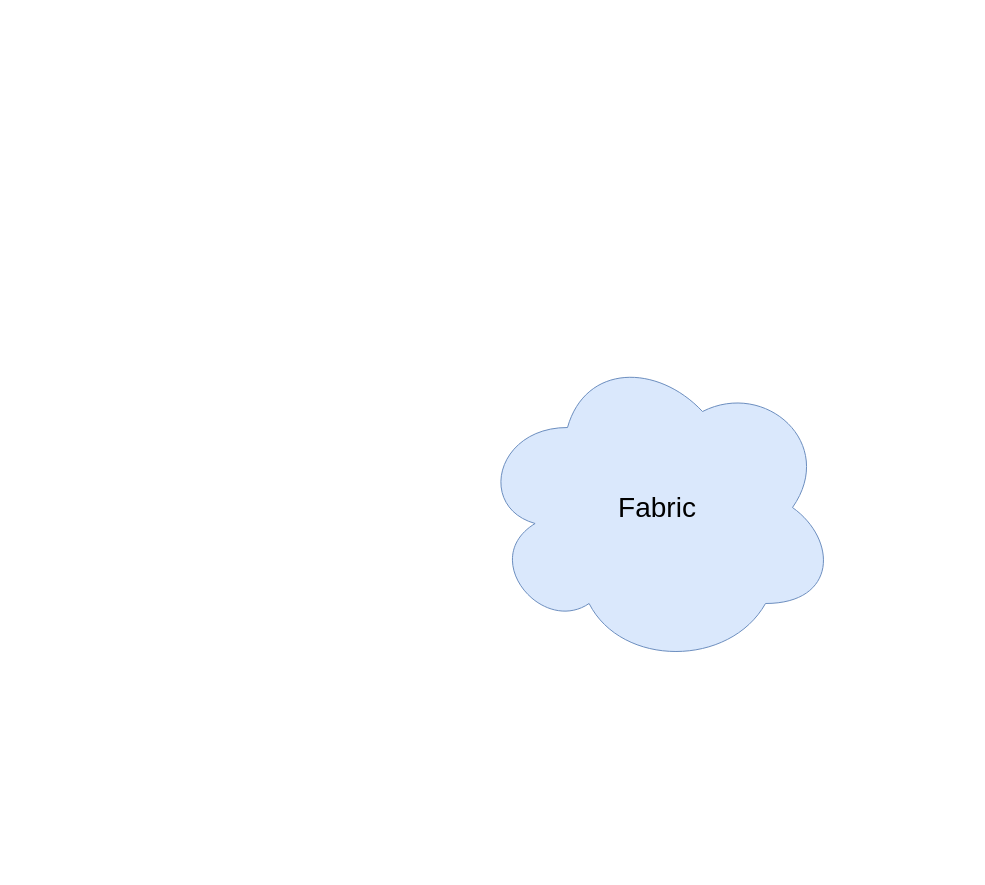
Before: Untitled Diagram.drawio in chmapro/nfsj, a draw.io diagram. Source tidied: cells renumbered, new cells numbered last; positions are measured from the earlier drawing's top-left corner, leaving out a move shared by most shapes. Both pictures are drawn from the tidied source at 100%, with x=0, y=0 at pixel (477, 347).
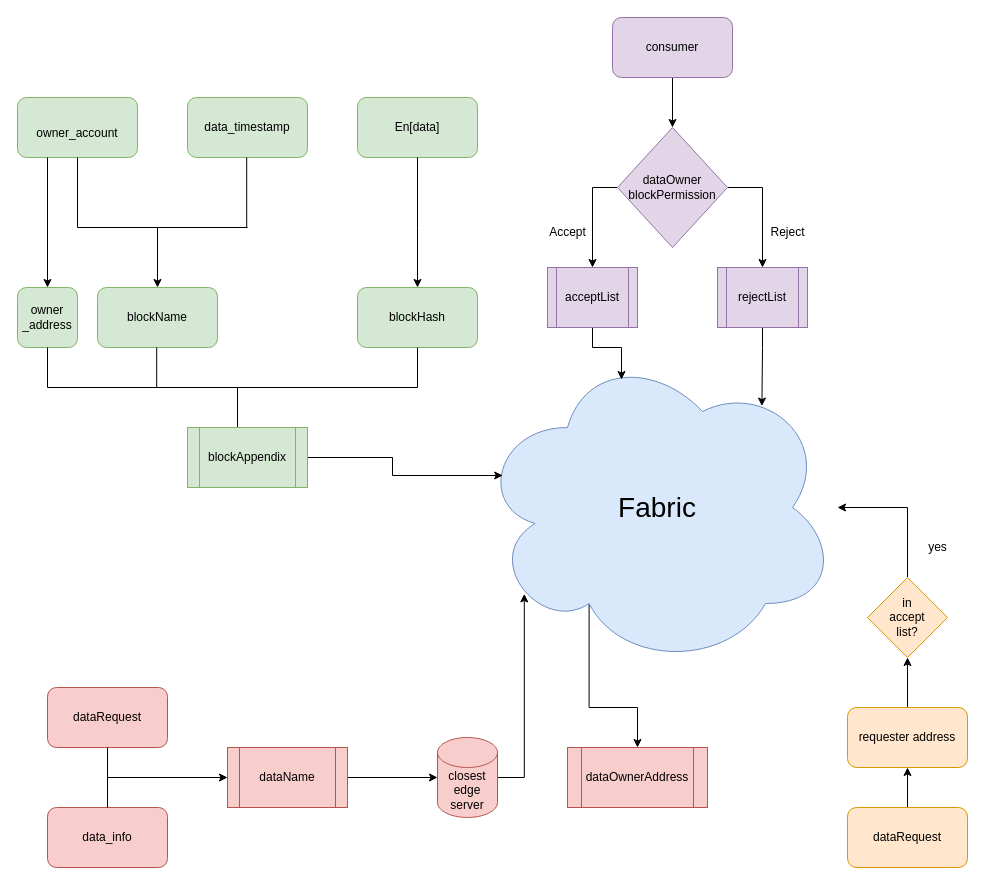
After the change.

The change refers to these unchanged cells:
```xml
<mxCell id="2" value="&lt;font style=&quot;font-size: 28px;&quot;&gt;Fabric&lt;/font&gt;" style="ellipse;shape=cloud;whiteSpace=wrap;html=1;fillColor=#dae8fc;strokeColor=#6c8ebf;" parent="1" vertex="1">
  <mxGeometry width="360" height="320" as="geometry" />
</mxCell>
```

What changed in the source:
```diff
@@
+    <mxCell id="3" style="edgeStyle=orthogonalEdgeStyle;rounded=0;jettySize=auto;html=1;exitX=0.5;exitY=1;exitDx=0;exitDy=0;entryX=0.5;entryY=0;entryDx=0;entryDy=0;fontSize=12;" parent="1" edge="1" source="4" target="37">
+      <mxGeometry relative="1" as="geometry" />
+    </mxCell>
+    <mxCell id="4" value="consumer" style="rounded=1;whiteSpace=wrap;html=1;fontSize=12;fillColor=#e1d5e7;strokeColor=#9673a6;" parent="1" vertex="1">
+      <mxGeometry x="135" y="-330" width="120" height="60" as="geometry" />
+    </mxCell>
+    <mxCell id="5" style="edgeStyle=orthogonalEdgeStyle;rounded=0;jettySize=auto;html=1;exitX=0.31;exitY=0.8;exitDx=0;exitDy=0;exitPerimeter=0;fontSize=12;" parent="1" edge="1" source="2" target="34">
+      <mxGeometry relative="1" as="geometry" />
+    </mxCell>
@@
+    <mxCell id="6" value="&lt;font style=&quot;font-size: 12px;&quot;&gt;owner_account&lt;/font&gt;" style="rounded=1;whiteSpace=wrap;html=1;fontSize=28;fillColor=#d5e8d4;strokeColor=#82b366;" parent="1" vertex="1">
+      <mxGeometry x="-460" y="-250" width="120" height="60" as="geometry" />
+    </mxCell>
+    <mxCell id="7" value="data_timestamp" style="rounded=1;whiteSpace=wrap;html=1;fontSize=12;fillColor=#d5e8d4;strokeColor=#82b366;" parent="1" vertex="1">
+      <mxGeometry x="-290" y="-250" width="120" height="60" as="geometry" />
+    </mxCell>
+    <mxCell id="8" value="blockName" style="rounded=1;whiteSpace=wrap;html=1;fontSize=12;fillColor=#d5e8d4;strokeColor=#82b366;" parent="1" vertex="1">
+      <mxGeometry x="-380" y="-60" width="120" height="60" as="geometry" />
+    </mxCell>
+    <mxCell id="9" value="En[data]" style="rounded=1;whiteSpace=wrap;html=1;fontSize=12;fillColor=#d5e8d4;strokeColor=#82b366;" parent="1" vertex="1">
+      <mxGeometry x="-120" y="-250" width="120" height="60" as="geometry" />
+    </mxCell>
+    <mxCell id="10" style="endArrow=classic;html=1;rounded=0;fontSize=12;" parent="1" edge="1">
+      <mxGeometry relative="1" as="geometry">
+        <mxPoint x="-320" y="-120" as="sourcePoint" />
+        <mxPoint x="-320" y="-60" as="targetPoint" />
+      </mxGeometry>
+    </mxCell>
+    <mxCell id="11" style="endArrow=none;html=1;rounded=0;fontSize=12;exitX=0.5;exitY=1;exitDx=0;exitDy=0;" parent="1" edge="1" source="6">
+      <mxGeometry relative="1" as="geometry">
+        <mxPoint x="-400" y="-120" as="targetPoint" />
+      </mxGeometry>
+    </mxCell>
+    <mxCell id="12" style="endArrow=none;html=1;rounded=0;fontSize=12;exitX=0.5;exitY=1;exitDx=0;exitDy=0;" parent="1" edge="1">
+      <mxGeometry relative="1" as="geometry">
+        <mxPoint x="-230.8" y="-190" as="sourcePoint" />
+        <mxPoint x="-230.8" y="-120" as="targetPoint" />
+      </mxGeometry>
+    </mxCell>
+    <mxCell id="13" style="endArrow=none;html=1;rounded=0;fontSize=12;exitX=0.5;exitY=1;exitDx=0;exitDy=0;" parent="1" edge="1" source="9">
+      <mxGeometry relative="1" as="geometry">
+        <mxPoint x="-60" y="-120" as="targetPoint" />
+      </mxGeometry>
+    </mxCell>
+    <mxCell id="14" style="endArrow=none;html=1;rounded=0;fontSize=12;" parent="1" edge="1">
+      <mxGeometry relative="1" as="geometry">
+        <mxPoint x="-230" y="-120" as="sourcePoint" />
+        <mxPoint x="-400" y="-120" as="targetPoint" />
+      </mxGeometry>
+    </mxCell>
+    <mxCell id="15" value="blockHash" style="rounded=1;whiteSpace=wrap;html=1;fontSize=12;fillColor=#d5e8d4;strokeColor=#82b366;" parent="1" vertex="1">
+      <mxGeometry x="-120" y="-60" width="120" height="60" as="geometry" />
+    </mxCell>
+    <mxCell id="16" style="endArrow=classic;html=1;rounded=0;fontSize=12;entryX=0.5;entryY=0;entryDx=0;entryDy=0;" parent="1" edge="1" target="15">
+      <mxGeometry relative="1" as="geometry">
+        <mxPoint x="-60" y="-120" as="sourcePoint" />
+      </mxGeometry>
+    </mxCell>
+    <mxCell id="17" style="endArrow=classic;html=1;rounded=0;fontSize=12;exitX=0.25;exitY=1;exitDx=0;exitDy=0;entryX=0.5;entryY=0;entryDx=0;entryDy=0;" parent="1" edge="1" source="6" target="18">
+      <mxGeometry relative="1" as="geometry" />
+    </mxCell>
+    <mxCell id="18" value="owner&lt;br&gt;_address" style="rounded=1;whiteSpace=wrap;html=1;fontSize=12;fillColor=#d5e8d4;strokeColor=#82b366;" parent="1" vertex="1">
+      <mxGeometry x="-460" y="-60" width="60" height="60" as="geometry" />
+    </mxCell>
+    <mxCell id="19" style="endArrow=none;html=1;rounded=0;fontSize=12;exitX=0.5;exitY=1;exitDx=0;exitDy=0;" parent="1" edge="1" source="18">
+      <mxGeometry relative="1" as="geometry">
+        <mxPoint x="-430" y="40" as="targetPoint" />
+      </mxGeometry>
+    </mxCell>
+    <mxCell id="20" style="endArrow=none;html=1;rounded=0;fontSize=12;exitX=0.5;exitY=1;exitDx=0;exitDy=0;" parent="1" edge="1">
+      <mxGeometry relative="1" as="geometry">
+        <mxPoint x="-320.8" as="sourcePoint" />
+        <mxPoint x="-320.8" y="40" as="targetPoint" />
+      </mxGeometry>
+    </mxCell>
+    <mxCell id="21" style="endArrow=none;html=1;rounded=0;fontSize=12;exitX=0.5;exitY=1;exitDx=0;exitDy=0;" parent="1" edge="1" source="15">
+      <mxGeometry relative="1" as="geometry">
+        <mxPoint x="-60" y="40" as="targetPoint" />
+      </mxGeometry>
+    </mxCell>
+    <mxCell id="22" style="endArrow=none;html=1;rounded=0;fontSize=12;" parent="1" edge="1">
+      <mxGeometry relative="1" as="geometry">
+        <mxPoint x="-430" y="40" as="sourcePoint" />
+        <mxPoint x="-60" y="40" as="targetPoint" />
+      </mxGeometry>
+    </mxCell>
+    <mxCell id="23" style="endArrow=none;html=1;rounded=0;fontSize=12;" parent="1" edge="1">
+      <mxGeometry relative="1" as="geometry">
+        <mxPoint x="-240" y="80" as="sourcePoint" />
+        <mxPoint x="-240" y="40" as="targetPoint" />
+      </mxGeometry>
+    </mxCell>
+    <mxCell id="24" style="edgeStyle=orthogonalEdgeStyle;rounded=0;jettySize=auto;html=1;exitX=1;exitY=0.5;exitDx=0;exitDy=0;entryX=0.07;entryY=0.4;entryDx=0;entryDy=0;entryPerimeter=0;fontSize=12;" parent="1" edge="1" source="25" target="2">
+      <mxGeometry relative="1" as="geometry" />
+    </mxCell>
+    <mxCell id="25" value="blockAppendix" style="shape=process;whiteSpace=wrap;html=1;backgroundOutline=1;fontSize=12;fillColor=#d5e8d4;strokeColor=#82b366;" parent="1" vertex="1">
+      <mxGeometry x="-290" y="80" width="120" height="60" as="geometry" />
+    </mxCell>
+    <mxCell id="26" style="edgeStyle=orthogonalEdgeStyle;rounded=0;jettySize=auto;html=1;exitX=1;exitY=0;exitDx=0;exitDy=15;exitPerimeter=0;entryX=0.13;entryY=0.77;entryDx=0;entryDy=0;entryPerimeter=0;fontSize=12;" parent="1" edge="1" source="27" target="2">
+      <mxGeometry relative="1" as="geometry">
+        <Array as="points">
+          <mxPoint x="20" y="430" />
+          <mxPoint x="47" y="430" />
+        </Array>
+      </mxGeometry>
+    </mxCell>
+    <mxCell id="27" value="closest edge server" style="shape=cylinder3;whiteSpace=wrap;html=1;boundedLbl=1;backgroundOutline=1;size=15;fontSize=12;fillColor=#f8cecc;strokeColor=#b85450;" parent="1" vertex="1">
+      <mxGeometry x="-40" y="390" width="60" height="80" as="geometry" />
+    </mxCell>
+    <mxCell id="28" style="edgeStyle=orthogonalEdgeStyle;rounded=0;jettySize=auto;html=1;exitX=1;exitY=0.5;exitDx=0;exitDy=0;entryX=0;entryY=0.5;entryDx=0;entryDy=0;entryPerimeter=0;fontSize=12;" parent="1" edge="1" source="29" target="27">
+      <mxGeometry relative="1" as="geometry" />
+    </mxCell>
+    <mxCell id="29" value="dataName" style="shape=process;whiteSpace=wrap;html=1;backgroundOutline=1;fontSize=12;fillColor=#f8cecc;strokeColor=#b85450;" parent="1" vertex="1">
+      <mxGeometry x="-250" y="400" width="120" height="60" as="geometry" />
+    </mxCell>
+    <mxCell id="30" value="dataRequest" style="rounded=1;whiteSpace=wrap;html=1;fontSize=12;fillColor=#f8cecc;strokeColor=#b85450;" parent="1" vertex="1">
+      <mxGeometry x="-430" y="340" width="120" height="60" as="geometry" />
+    </mxCell>
+    <mxCell id="31" value="data_info" style="rounded=1;whiteSpace=wrap;html=1;fontSize=12;fillColor=#f8cecc;strokeColor=#b85450;" parent="1" vertex="1">
+      <mxGeometry x="-430" y="460" width="120" height="60" as="geometry" />
+    </mxCell>
+    <mxCell id="32" style="endArrow=none;html=1;rounded=0;fontSize=12;exitX=0.5;exitY=1;exitDx=0;exitDy=0;" parent="1" edge="1" source="30" target="31">
+      <mxGeometry relative="1" as="geometry" />
+    </mxCell>
+    <mxCell id="33" style="endArrow=classic;html=1;rounded=0;fontSize=12;entryX=0;entryY=0.5;entryDx=0;entryDy=0;" parent="1" edge="1" target="29">
+      <mxGeometry relative="1" as="geometry">
+        <mxPoint x="-370" y="430" as="sourcePoint" />
+      </mxGeometry>
+    </mxCell>
+    <mxCell id="34" value="dataOwnerAddress" style="shape=process;whiteSpace=wrap;html=1;backgroundOutline=1;fontSize=12;fillColor=#f8cecc;strokeColor=#b85450;" parent="1" vertex="1">
+      <mxGeometry x="90" y="400" width="140" height="60" as="geometry" />
+    </mxCell>
+    <mxCell id="35" style="edgeStyle=orthogonalEdgeStyle;rounded=0;jettySize=auto;html=1;exitX=0;exitY=0.5;exitDx=0;exitDy=0;fontSize=12;entryX=0.5;entryY=0;entryDx=0;entryDy=0;" parent="1" edge="1" source="37" target="39">
+      <mxGeometry relative="1" as="geometry" />
+    </mxCell>
+    <mxCell id="36" style="edgeStyle=orthogonalEdgeStyle;rounded=0;jettySize=auto;html=1;exitX=1;exitY=0.5;exitDx=0;exitDy=0;fontSize=12;" parent="1" edge="1" source="37" target="42">
+      <mxGeometry relative="1" as="geometry" />
+    </mxCell>
+    <mxCell id="37" value="dataOwner&lt;br&gt;blockPermission" style="rhombus;whiteSpace=wrap;html=1;fontSize=12;fillColor=#e1d5e7;strokeColor=#9673a6;" parent="1" vertex="1">
+      <mxGeometry x="140" y="-220" width="110" height="120" as="geometry" />
+    </mxCell>
+    <mxCell id="38" style="edgeStyle=orthogonalEdgeStyle;rounded=0;jettySize=auto;html=1;exitX=0.5;exitY=1;exitDx=0;exitDy=0;entryX=0.4;entryY=0.1;entryDx=0;entryDy=0;entryPerimeter=0;fontSize=12;" parent="1" edge="1" source="39" target="2">
+      <mxGeometry relative="1" as="geometry" />
+    </mxCell>
+    <mxCell id="39" value="acceptList" style="shape=process;whiteSpace=wrap;html=1;backgroundOutline=1;fontSize=12;fillColor=#e1d5e7;strokeColor=#9673a6;" parent="1" vertex="1">
+      <mxGeometry x="70" y="-80" width="90" height="60" as="geometry" />
+    </mxCell>
+    <mxCell id="40" value="Accept" style="text;html=1;align=center;verticalAlign=middle;strokeColor=none;fillColor=none;fontSize=12;" parent="1" vertex="1">
+      <mxGeometry x="60" y="-130" width="60" height="30" as="geometry" />
+    </mxCell>
+    <mxCell id="41" style="edgeStyle=orthogonalEdgeStyle;rounded=0;jettySize=auto;html=1;entryX=0.79;entryY=0.183;entryDx=0;entryDy=0;entryPerimeter=0;fontSize=12;" parent="1" edge="1" source="42" target="2">
+      <mxGeometry relative="1" as="geometry" />
+    </mxCell>
+    <mxCell id="42" value="rejectList" style="shape=process;whiteSpace=wrap;html=1;backgroundOutline=1;fontSize=12;fillColor=#e1d5e7;strokeColor=#9673a6;" parent="1" vertex="1">
+      <mxGeometry x="240" y="-80" width="90" height="60" as="geometry" />
+    </mxCell>
+    <mxCell id="43" value="Reject" style="text;html=1;align=center;verticalAlign=middle;strokeColor=none;fillColor=none;fontSize=12;" parent="1" vertex="1">
+      <mxGeometry x="280" y="-130" width="60" height="30" as="geometry" />
+    </mxCell>
+    <mxCell id="44" style="edgeStyle=orthogonalEdgeStyle;rounded=0;jettySize=auto;html=1;exitX=0.5;exitY=0;exitDx=0;exitDy=0;entryX=0.5;entryY=1;entryDx=0;entryDy=0;fontSize=12;" parent="1" edge="1" source="45" target="47">
+      <mxGeometry relative="1" as="geometry" />
+    </mxCell>
+    <mxCell id="45" value="dataRequest" style="rounded=1;whiteSpace=wrap;html=1;fontSize=12;fillColor=#ffe6cc;strokeColor=#d79b00;" parent="1" vertex="1">
+      <mxGeometry x="370" y="460" width="120" height="60" as="geometry" />
+    </mxCell>
+    <mxCell id="46" style="edgeStyle=orthogonalEdgeStyle;rounded=0;jettySize=auto;html=1;exitX=0.5;exitY=0;exitDx=0;exitDy=0;entryX=0.5;entryY=1;entryDx=0;entryDy=0;fontSize=12;" parent="1" edge="1" source="47" target="49">
+      <mxGeometry relative="1" as="geometry" />
+    </mxCell>
+    <mxCell id="47" value="requester address" style="rounded=1;whiteSpace=wrap;html=1;fontSize=12;fillColor=#ffe6cc;strokeColor=#d79b00;" parent="1" vertex="1">
+      <mxGeometry x="370" y="360" width="120" height="60" as="geometry" />
+    </mxCell>
+    <mxCell id="48" style="edgeStyle=orthogonalEdgeStyle;rounded=0;jettySize=auto;html=1;exitX=0.5;exitY=0;exitDx=0;exitDy=0;fontSize=12;" parent="1" edge="1" source="49" target="2">
+      <mxGeometry relative="1" as="geometry" />
+    </mxCell>
+    <mxCell id="49" value="in&lt;br&gt;accept&lt;br&gt;list?" style="rhombus;whiteSpace=wrap;html=1;fontSize=12;fillColor=#ffe6cc;strokeColor=#d79b00;" parent="1" vertex="1">
+      <mxGeometry x="390" y="230" width="80" height="80" as="geometry" />
+    </mxCell>
+    <mxCell id="50" value="yes" style="text;html=1;align=center;verticalAlign=middle;strokeColor=none;fillColor=none;fontSize=12;" parent="1" vertex="1">
+      <mxGeometry x="440" y="185" width="40" height="30" as="geometry" />
+    </mxCell>
```
